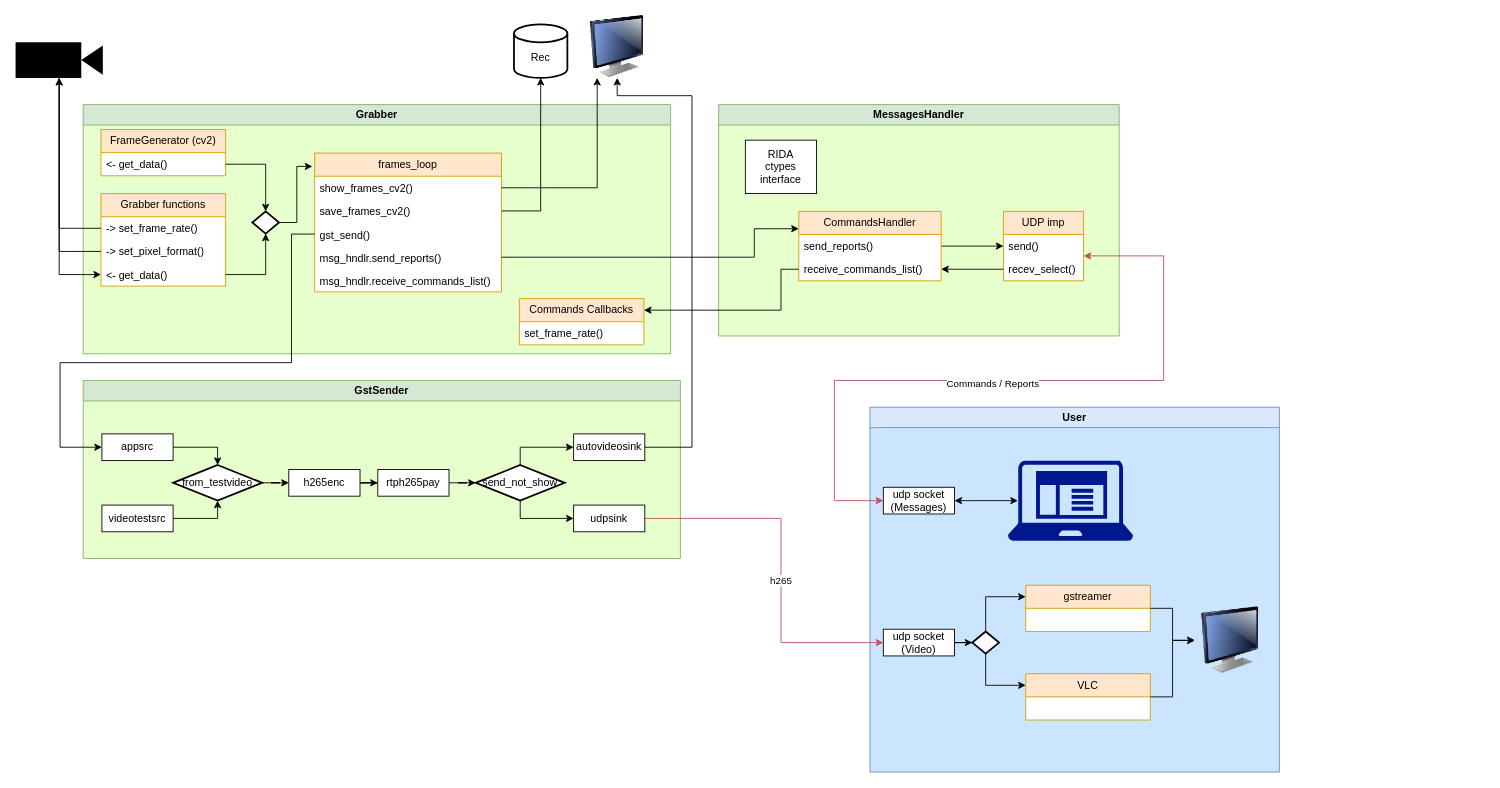
This is doc/diagram.drawio from serbuh/gige_capture, a draw.io file, before an edit. Source tidied: cells renumbered, new cells numbered last; positions are measured from the earlier drawing's top-left corner, leaving out a move shared by most shapes. Both pictures are drawn from the tidied source at 89%, with x=0, y=0 at pixel (15, 15).
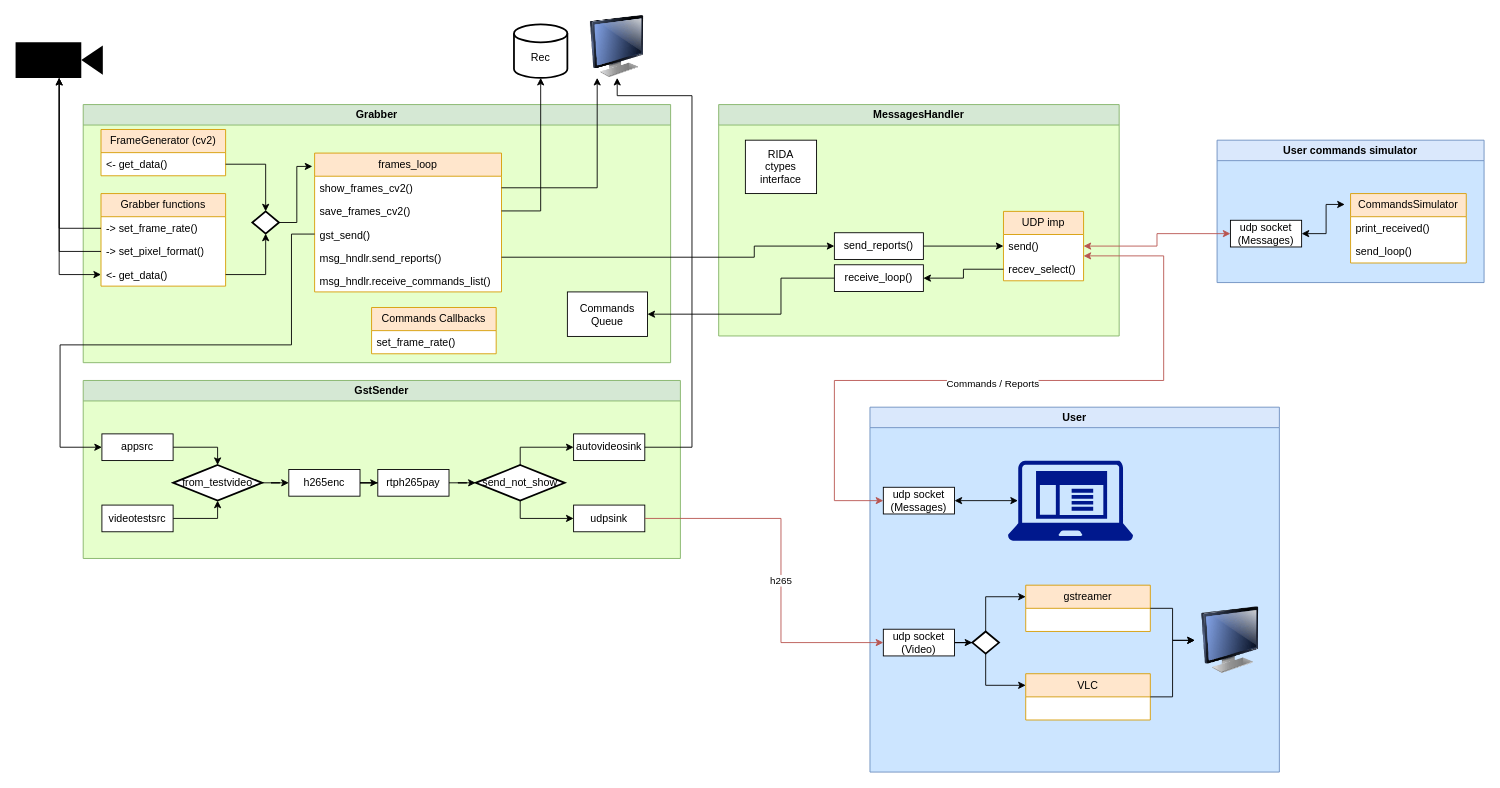
After the change.

Commit message (it also covers changes not shown here):
diagram update: add simulator

Unchanged cells that the change refers to:
```xml
<mxCell id="16" value="gst_send()" style="text;strokeColor=none;fillColor=none;align=left;verticalAlign=top;spacingLeft=4;spacingRight=4;overflow=hidden;points=[[0,0.5],[1,0.5]];portConstraint=eastwest;whiteSpace=wrap;html=1;" parent="13" vertex="1">
  <mxGeometry y="78" width="210" height="26" as="geometry" />
</mxCell>
<mxCell id="17" value="msg_hndlr.send_reports()" style="text;strokeColor=none;fillColor=none;align=left;verticalAlign=top;spacingLeft=4;spacingRight=4;overflow=hidden;points=[[0,0.5],[1,0.5]];portConstraint=eastwest;whiteSpace=wrap;html=1;" parent="13" vertex="1">
  <mxGeometry y="104" width="210" height="26" as="geometry" />
</mxCell>
<mxCell id="21" value="MessagesHandler" style="swimlane;whiteSpace=wrap;html=1;comic=0;noLabel=0;swimlaneFillColor=#E6FFCC;fillColor=#d5e8d4;strokeColor=#82b366;" parent="1" vertex="1">
  <mxGeometry x="790" y="100" width="450" height="260" as="geometry" />
</mxCell>
<mxCell id="24" value="send()" style="text;strokeColor=none;fillColor=none;align=left;verticalAlign=top;spacingLeft=4;spacingRight=4;overflow=hidden;points=[[0,0.5],[1,0.5]];portConstraint=eastwest;whiteSpace=wrap;html=1;" parent="23" vertex="1">
  <mxGeometry y="26" width="90" height="26" as="geometry" />
</mxCell>
<mxCell id="25" value="recev_select()" style="text;strokeColor=none;fillColor=none;align=left;verticalAlign=top;spacingLeft=4;spacingRight=4;overflow=hidden;points=[[0,0.5],[1,0.5]];portConstraint=eastwest;whiteSpace=wrap;html=1;" parent="23" vertex="1">
  <mxGeometry y="52" width="90" height="26" as="geometry" />
</mxCell>
<mxCell id="55" value="appsrc" style="rounded=0;whiteSpace=wrap;html=1;" parent="53" vertex="1">
  <mxGeometry x="21" y="60" width="80" height="30" as="geometry" />
</mxCell>
```

Diff of the diagram source:
```diff
@@
     <mxCell id="2" value="Grabber" style="swimlane;whiteSpace=wrap;html=1;comic=0;noLabel=0;swimlaneFillColor=#E6FFCC;fillColor=#d5e8d4;strokeColor=#82b366;" parent="1" vertex="1">
-      <mxGeometry x="76" y="100" width="660" height="280" as="geometry" />
+      <mxGeometry x="76" y="100" width="660" height="290" as="geometry" />
     </mxCell>
@@
     <mxCell id="19" value="Commands Callbacks" style="swimlane;fontStyle=0;horizontal=1;startSize=26;fillColor=#ffe6cc;whiteSpace=wrap;html=1;strokeColor=#d79b00;swimlaneFillColor=default;" parent="2" vertex="1">
-      <mxGeometry x="490" y="218" width="140" height="52" as="geometry" />
+      <mxGeometry x="324" y="228" width="140" height="52" as="geometry" />
     </mxCell>
@@
+    <mxCell id="77" value="Commands&lt;br&gt;Queue" style="rounded=0;whiteSpace=wrap;html=1;" parent="2" vertex="1">
+      <mxGeometry x="544" y="210.5" width="90" height="50" as="geometry" />
+    </mxCell>
@@
-    <mxCell id="26" style="edgeStyle=orthogonalEdgeStyle;rounded=0;jettySize=auto;html=1;entryX=0;entryY=0.5;entryDx=0;entryDy=0;" parent="21" edge="1" source="27" target="24">
+    <mxCell id="26" style="edgeStyle=orthogonalEdgeStyle;rounded=0;jettySize=auto;html=1;entryX=0;entryY=0.5;entryDx=0;entryDy=0;exitX=1;exitY=0.5;exitDx=0;exitDy=0;" parent="21" edge="1" source="28" target="24">
       <mxGeometry relative="1" as="geometry" />
     </mxCell>
-    <mxCell id="27" value="CommandsHandler" style="swimlane;fontStyle=0;horizontal=1;startSize=26;fillColor=#ffe6cc;whiteSpace=wrap;html=1;strokeColor=#d79b00;swimlaneFillColor=default;" parent="21" vertex="1">
-      <mxGeometry x="90" y="120" width="160" height="78" as="geometry" />
-    </mxCell>
+    <mxCell id="30" style="edgeStyle=orthogonalEdgeStyle;rounded=0;jettySize=auto;html=1;entryX=1;entryY=0.5;entryDx=0;entryDy=0;" parent="21" edge="1" source="25" target="78">
+      <mxGeometry relative="1" as="geometry" />
+    </mxCell>
-    <mxCell id="28" value="send_reports()" style="text;strokeColor=none;fillColor=none;align=left;verticalAlign=top;spacingLeft=4;spacingRight=4;overflow=hidden;points=[[0,0.5],[1,0.5]];portConstraint=eastwest;whiteSpace=wrap;html=1;" parent="27" vertex="1">
-      <mxGeometry y="26" width="160" height="26" as="geometry" />
+    <mxCell id="28" value="send_reports()" style="rounded=0;whiteSpace=wrap;html=1;" parent="21" vertex="1">
+      <mxGeometry x="130" y="144" width="100" height="30" as="geometry" />
     </mxCell>
-    <mxCell id="29" value="receive_commands_list()" style="text;strokeColor=none;fillColor=none;align=left;verticalAlign=top;spacingLeft=4;spacingRight=4;overflow=hidden;points=[[0,0.5],[1,0.5]];portConstraint=eastwest;whiteSpace=wrap;html=1;" parent="27" vertex="1">
-      <mxGeometry y="52" width="160" height="26" as="geometry" />
-    </mxCell>
-    <mxCell id="30" style="edgeStyle=orthogonalEdgeStyle;rounded=0;jettySize=auto;html=1;entryX=1;entryY=0.5;entryDx=0;entryDy=0;" parent="21" edge="1" source="25" target="29">
-      <mxGeometry relative="1" as="geometry" />
-    </mxCell>
+    <mxCell id="78" value="receive_loop()" style="rounded=0;whiteSpace=wrap;html=1;" parent="21" vertex="1">
+      <mxGeometry x="130" y="180" width="100" height="30" as="geometry" />
+    </mxCell>
@@
-    <mxCell id="74" style="edgeStyle=orthogonalEdgeStyle;rounded=0;jettySize=auto;html=1;entryX=1;entryY=0.25;entryDx=0;entryDy=0;exitX=0;exitY=0.5;exitDx=0;exitDy=0;" parent="1" edge="1" source="29" target="19">
+    <mxCell id="74" style="edgeStyle=orthogonalEdgeStyle;rounded=0;jettySize=auto;html=1;exitX=0;exitY=0.5;exitDx=0;exitDy=0;entryX=1;entryY=0.5;entryDx=0;entryDy=0;" parent="1" edge="1" source="78" target="77">
       <mxGeometry relative="1" as="geometry">
         <Array as="points">
-          <mxPoint x="860" y="285" />
-          <mxPoint x="860" y="331" />
+          <mxPoint x="860" y="295" />
+          <mxPoint x="860" y="336" />
         </Array>
       </mxGeometry>
     </mxCell>
-    <mxCell id="75" style="edgeStyle=orthogonalEdgeStyle;rounded=0;jettySize=auto;html=1;entryX=0;entryY=0.25;entryDx=0;entryDy=0;exitX=1;exitY=0.5;exitDx=0;exitDy=0;" parent="1" edge="1" source="17" target="27">
+    <mxCell id="75" style="edgeStyle=orthogonalEdgeStyle;rounded=0;jettySize=auto;html=1;entryX=0;entryY=0.5;entryDx=0;entryDy=0;exitX=1;exitY=0.5;exitDx=0;exitDy=0;" parent="1" edge="1" source="17" target="28">
       <mxGeometry relative="1" as="geometry">
         <Array as="points">
-          <mxPoint x="830" y="271" />
-          <mxPoint x="830" y="239" />
+          <mxPoint x="830" y="272" />
+          <mxPoint x="830" y="259" />
         </Array>
       </mxGeometry>
     </mxCell>
     <mxCell id="76" style="edgeStyle=orthogonalEdgeStyle;rounded=0;jettySize=auto;html=1;entryX=0;entryY=0.5;entryDx=0;entryDy=0;exitX=0;exitY=0.5;exitDx=0;exitDy=0;jumpStyle=arc;" parent="1" edge="1" source="16" target="55">
       <mxGeometry relative="1" as="geometry">
         <Array as="points">
           <mxPoint x="310" y="245" />
-          <mxPoint x="310" y="390" />
-          <mxPoint x="50" y="390" />
+          <mxPoint x="310" y="370" />
+          <mxPoint x="50" y="370" />
           <mxPoint x="50" y="485" />
         </Array>
       </mxGeometry>
     </mxCell>
+    <mxCell id="79" value="User commands simulator" style="swimlane;whiteSpace=wrap;html=1;comic=0;noLabel=0;swimlaneFillColor=#CCE5FF;fillColor=#dae8fc;strokeColor=#6c8ebf;" parent="1" vertex="1">
+      <mxGeometry x="1350" y="140" width="300" height="160" as="geometry" />
+    </mxCell>
+    <mxCell id="80" style="edgeStyle=orthogonalEdgeStyle;rounded=0;jettySize=auto;html=1;entryX=-0.05;entryY=0.157;entryDx=0;entryDy=0;startArrow=classic;startFill=1;entryPerimeter=0;" parent="79" edge="1" source="81" target="82">
+      <mxGeometry relative="1" as="geometry" />
+    </mxCell>
+    <mxCell id="81" value="udp socket&lt;br&gt;(Messages)" style="rounded=0;whiteSpace=wrap;html=1;" parent="79" vertex="1">
+      <mxGeometry x="15" y="90" width="80" height="30" as="geometry" />
+    </mxCell>
+    <mxCell id="82" value="CommandsSimulator" style="swimlane;fontStyle=0;horizontal=1;startSize=26;fillColor=#ffe6cc;whiteSpace=wrap;html=1;strokeColor=#d79b00;swimlaneFillColor=default;" parent="79" vertex="1">
+      <mxGeometry x="150" y="60" width="130" height="78" as="geometry" />
+    </mxCell>
+    <mxCell id="83" value="print_received()" style="text;strokeColor=none;fillColor=none;align=left;verticalAlign=top;spacingLeft=4;spacingRight=4;overflow=hidden;whiteSpace=wrap;html=1;" parent="82" vertex="1">
+      <mxGeometry y="26" width="130" height="26" as="geometry" />
+    </mxCell>
+    <mxCell id="84" value="send_loop()" style="text;strokeColor=none;fillColor=none;align=left;verticalAlign=top;spacingLeft=4;spacingRight=4;overflow=hidden;whiteSpace=wrap;html=1;" parent="82" vertex="1">
+      <mxGeometry y="52" width="130" height="26" as="geometry" />
+    </mxCell>
+    <mxCell id="85" style="edgeStyle=orthogonalEdgeStyle;rounded=0;jettySize=auto;html=1;entryX=1;entryY=0.5;entryDx=0;entryDy=0;startArrow=classic;startFill=1;fillColor=#f8cecc;strokeColor=#b85450;" parent="1" edge="1" source="81" target="24">
+      <mxGeometry relative="1" as="geometry" />
+    </mxCell>
```
